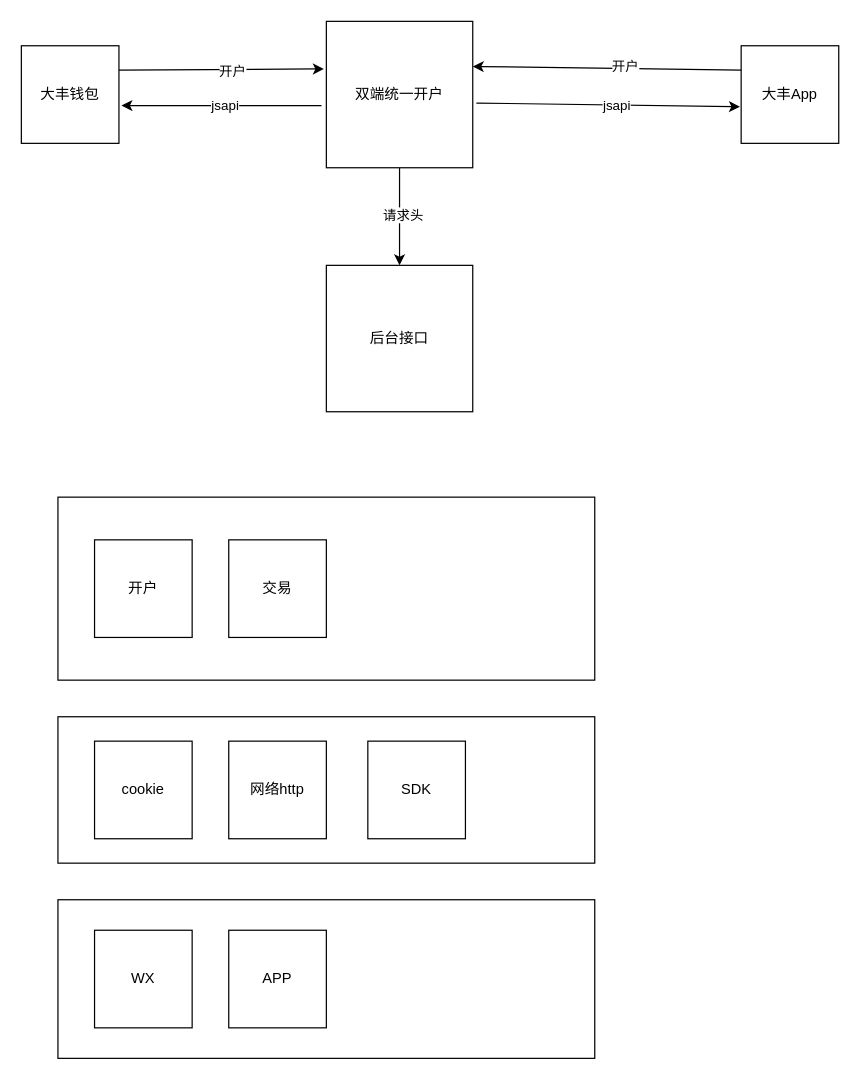
ios2014/ios-- keeps this draw.io diagram as 未命名绘图.drawio. Above is the earlier version. Source tidied: cells renumbered, new cells numbered last; positions are measured from the earlier drawing's top-left corner, leaving out a move shared by most shapes. Both pictures are drawn from the tidied source at 122%, with x=0, y=0 at pixel (21, 21).
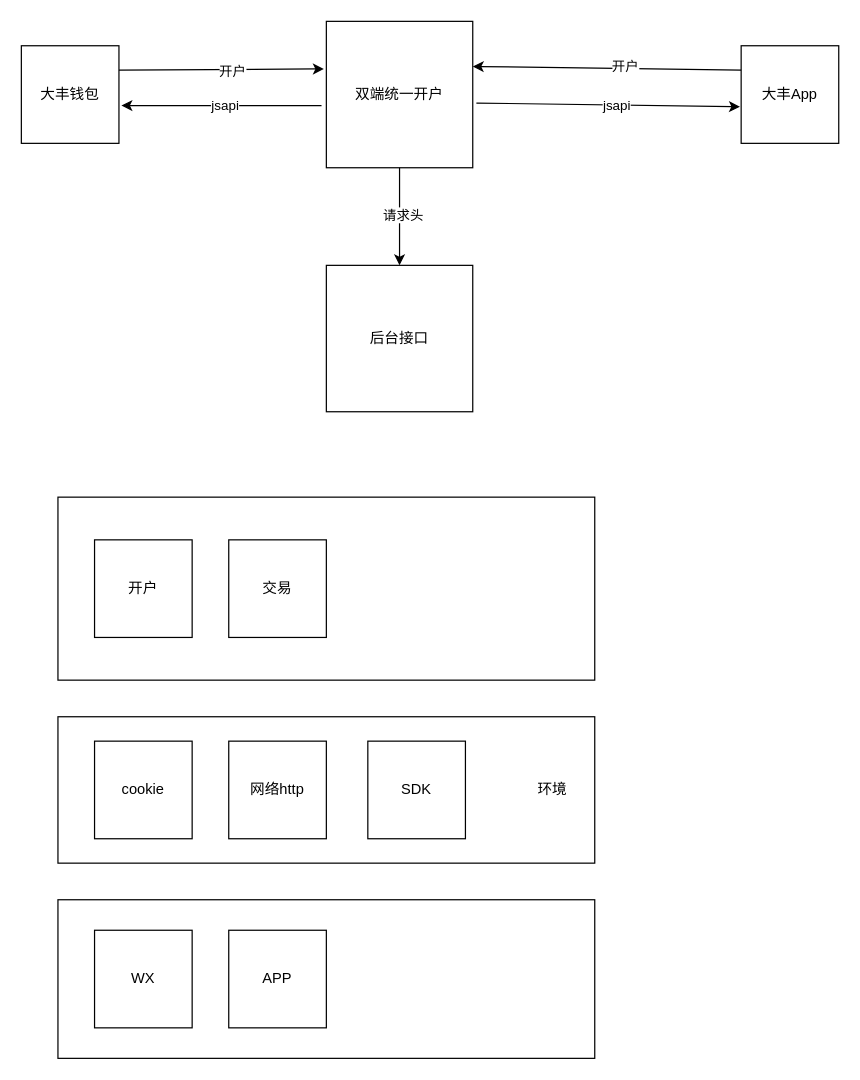
The same diagram, later.

Commit message:
更新未命名绘图.drawio

Diff of the diagram source:
```diff
@@
+    <mxCell id="26" value="环境" style="text;html=1;align=center;verticalAlign=middle;strokeColor=none;fillColor=none;rotation=0;" parent="1" vertex="1">
+      <mxGeometry x="410" y="615" width="50" height="30" as="geometry" />
+    </mxCell>
```
